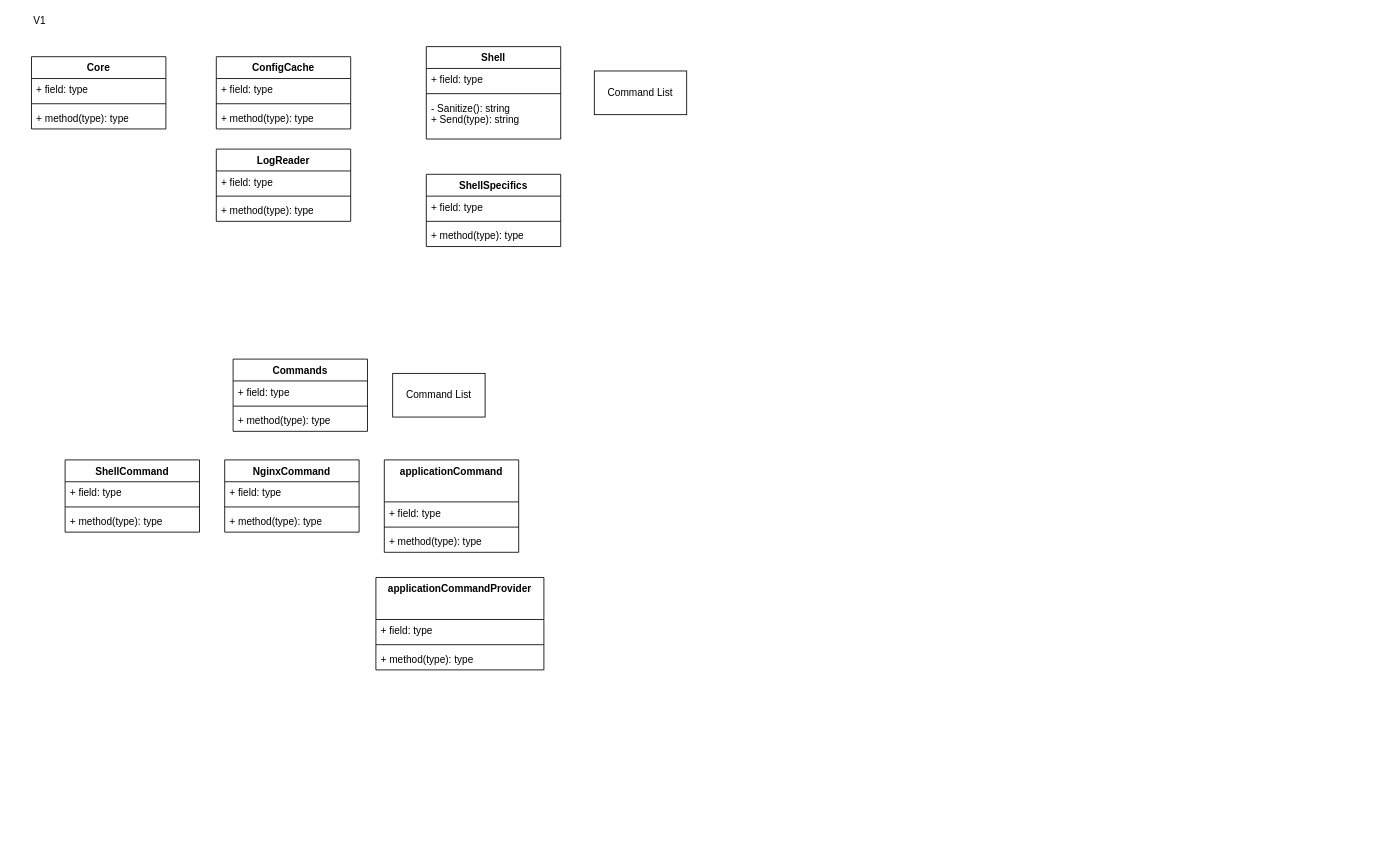
Before: Model/Diagrams/Class.drawio in Evaristo-Filho/E2S.NginxPanel, a draw.io diagram. Source tidied: cells renumbered, new cells numbered last; positions are measured from the earlier drawing's top-left corner, leaving out a move shared by most shapes. Both pictures are drawn from the tidied source at 84%, with x=0, y=0 at pixel (14, 14).
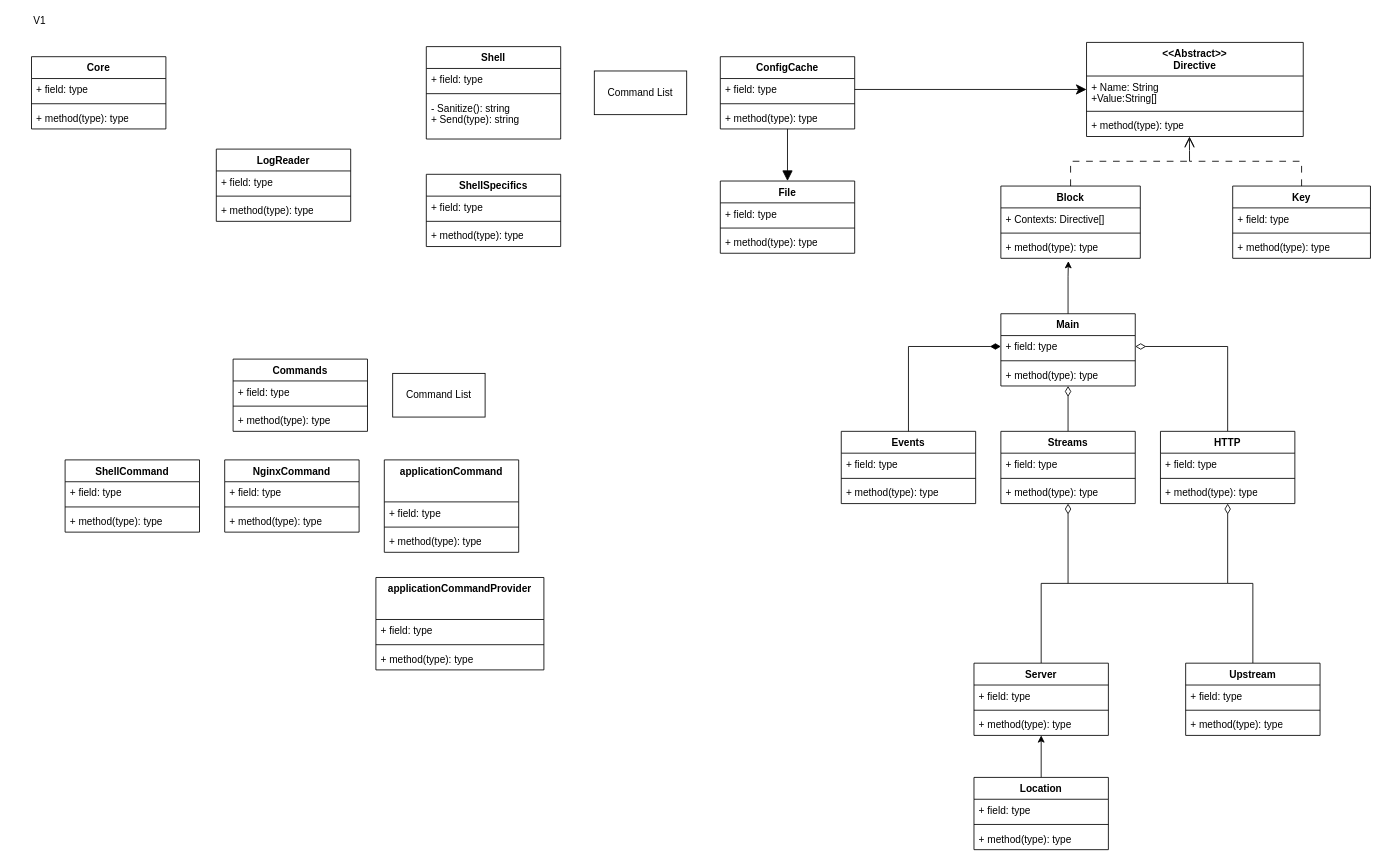
Above is the later version.

Unchanged cells that the change refers to:
```xml
<mxCell id="7" value="+ field: type" style="text;strokeColor=none;fillColor=none;align=left;verticalAlign=top;spacingLeft=4;spacingRight=4;overflow=hidden;points=[[0,0.5],[1,0.5]];portConstraint=eastwest;whiteSpace=wrap;html=1;" parent="6" vertex="1">
  <mxGeometry y="26" width="160" height="26" as="geometry" />
</mxCell>
```

Diff of the diagram source:
```diff
@@
+    <mxCell id="45" style="edgeStyle=orthogonalEdgeStyle;rounded=0;jettySize=auto;html=1;entryX=0.5;entryY=0;entryDx=0;entryDy=0;endArrow=block;endFill=1;endSize=10;" parent="1" edge="1" source="6" target="97">
+      <mxGeometry relative="1" as="geometry" />
+    </mxCell>
     <mxCell id="6" value="ConfigCache" style="swimlane;fontStyle=1;align=center;verticalAlign=top;horizontal=1;startSize=26;whiteSpace=wrap;html=1;" parent="1" vertex="1">
-      <mxGeometry x="240" y="50" width="160" height="86" as="geometry" />
+      <mxGeometry x="840" y="50" width="160" height="86" as="geometry" />
     </mxCell>
@@
+    <mxCell id="46" style="edgeStyle=orthogonalEdgeStyle;rounded=0;jettySize=auto;html=1;entryX=0.5;entryY=0;entryDx=0;entryDy=0;startArrow=diamondThin;startFill=0;startSize=10;endArrow=none;endFill=0;" parent="1" edge="1" source="47" target="55">
+      <mxGeometry relative="1" as="geometry" />
+    </mxCell>
+    <mxCell id="47" value="Main&lt;div&gt;&lt;br&gt;&lt;/div&gt;" style="swimlane;fontStyle=1;align=center;verticalAlign=top;horizontal=1;startSize=26;whiteSpace=wrap;html=1;" parent="1" vertex="1">
+      <mxGeometry x="1174" y="356" width="160" height="86" as="geometry" />
+    </mxCell>
+    <mxCell id="48" value="+ field: type" style="text;strokeColor=none;fillColor=none;align=left;verticalAlign=top;spacingLeft=4;spacingRight=4;overflow=hidden;points=[[0,0.5],[1,0.5]];portConstraint=eastwest;whiteSpace=wrap;html=1;" parent="47" vertex="1">
+      <mxGeometry y="26" width="160" height="26" as="geometry" />
+    </mxCell>
+    <mxCell id="49" style="line;strokeWidth=1;fillColor=none;align=left;verticalAlign=middle;spacingTop=-1;spacingLeft=3;spacingRight=3;labelPosition=right;strokeColor=inherit;" parent="47" vertex="1">
+      <mxGeometry y="52" width="160" height="8" as="geometry" />
+    </mxCell>
+    <mxCell id="50" value="+ method(type): type" style="text;strokeColor=none;fillColor=none;align=left;verticalAlign=top;spacingLeft=4;spacingRight=4;overflow=hidden;whiteSpace=wrap;html=1;" parent="47" vertex="1">
+      <mxGeometry y="60" width="160" height="26" as="geometry" />
+    </mxCell>
+    <mxCell id="51" value="&lt;div&gt;Events&lt;/div&gt;&lt;div&gt;&lt;br&gt;&lt;/div&gt;" style="swimlane;fontStyle=1;align=center;verticalAlign=top;horizontal=1;startSize=26;whiteSpace=wrap;html=1;" parent="1" vertex="1">
+      <mxGeometry x="984" y="496" width="160" height="86" as="geometry" />
+    </mxCell>
+    <mxCell id="52" value="+ field: type" style="text;strokeColor=none;fillColor=none;align=left;verticalAlign=top;spacingLeft=4;spacingRight=4;overflow=hidden;whiteSpace=wrap;html=1;" parent="51" vertex="1">
+      <mxGeometry y="26" width="160" height="26" as="geometry" />
+    </mxCell>
+    <mxCell id="53" style="line;strokeWidth=1;fillColor=none;align=left;verticalAlign=middle;spacingTop=-1;spacingLeft=3;spacingRight=3;labelPosition=right;strokeColor=inherit;" parent="51" vertex="1">
+      <mxGeometry y="52" width="160" height="8" as="geometry" />
+    </mxCell>
+    <mxCell id="54" value="+ method(type): type" style="text;strokeColor=none;fillColor=none;align=left;verticalAlign=top;spacingLeft=4;spacingRight=4;overflow=hidden;whiteSpace=wrap;html=1;" parent="51" vertex="1">
+      <mxGeometry y="60" width="160" height="26" as="geometry" />
+    </mxCell>
+    <mxCell id="55" value="&lt;div&gt;Streams&lt;/div&gt;" style="swimlane;fontStyle=1;align=center;verticalAlign=top;horizontal=1;startSize=26;whiteSpace=wrap;html=1;" parent="1" vertex="1">
+      <mxGeometry x="1174" y="496" width="160" height="86" as="geometry" />
+    </mxCell>
+    <mxCell id="56" value="+ field: type" style="text;strokeColor=none;fillColor=none;align=left;verticalAlign=top;spacingLeft=4;spacingRight=4;overflow=hidden;whiteSpace=wrap;html=1;" parent="55" vertex="1">
+      <mxGeometry y="26" width="160" height="26" as="geometry" />
+    </mxCell>
+    <mxCell id="57" style="line;strokeWidth=1;fillColor=none;align=left;verticalAlign=middle;spacingTop=-1;spacingLeft=3;spacingRight=3;labelPosition=right;strokeColor=inherit;" parent="55" vertex="1">
+      <mxGeometry y="52" width="160" height="8" as="geometry" />
+    </mxCell>
+    <mxCell id="58" value="+ method(type): type" style="text;strokeColor=none;fillColor=none;align=left;verticalAlign=top;spacingLeft=4;spacingRight=4;overflow=hidden;whiteSpace=wrap;html=1;" parent="55" vertex="1">
+      <mxGeometry y="60" width="160" height="26" as="geometry" />
+    </mxCell>
+    <mxCell id="59" style="edgeStyle=orthogonalEdgeStyle;rounded=0;jettySize=auto;html=1;entryX=1;entryY=0.5;entryDx=0;entryDy=0;endArrow=diamondThin;endFill=0;endSize=10;" parent="1" edge="1" source="60" target="48">
+      <mxGeometry relative="1" as="geometry" />
+    </mxCell>
+    <mxCell id="60" value="&lt;div&gt;HTTP&lt;/div&gt;&lt;div&gt;&lt;br&gt;&lt;/div&gt;" style="swimlane;fontStyle=1;align=center;verticalAlign=top;horizontal=1;startSize=26;whiteSpace=wrap;html=1;" parent="1" vertex="1">
+      <mxGeometry x="1364" y="496" width="160" height="86" as="geometry" />
+    </mxCell>
+    <mxCell id="61" value="+ field: type" style="text;strokeColor=none;fillColor=none;align=left;verticalAlign=top;spacingLeft=4;spacingRight=4;overflow=hidden;whiteSpace=wrap;html=1;" parent="60" vertex="1">
+      <mxGeometry y="26" width="160" height="26" as="geometry" />
+    </mxCell>
+    <mxCell id="62" style="line;strokeWidth=1;fillColor=none;align=left;verticalAlign=middle;spacingTop=-1;spacingLeft=3;spacingRight=3;labelPosition=right;strokeColor=inherit;" parent="60" vertex="1">
+      <mxGeometry y="52" width="160" height="8" as="geometry" />
+    </mxCell>
+    <mxCell id="63" value="+ method(type): type" style="text;strokeColor=none;fillColor=none;align=left;verticalAlign=top;spacingLeft=4;spacingRight=4;overflow=hidden;whiteSpace=wrap;html=1;" parent="60" vertex="1">
+      <mxGeometry y="60" width="160" height="26" as="geometry" />
+    </mxCell>
+    <mxCell id="64" style="edgeStyle=orthogonalEdgeStyle;rounded=0;jettySize=auto;html=1;entryX=0.5;entryY=1;entryDx=0;entryDy=0;endArrow=diamondThin;endFill=0;endSize=10;" parent="1" edge="1" source="65" target="55">
+      <mxGeometry relative="1" as="geometry" />
+    </mxCell>
+    <mxCell id="65" value="&lt;div&gt;Server&lt;/div&gt;" style="swimlane;fontStyle=1;align=center;verticalAlign=top;horizontal=1;startSize=26;whiteSpace=wrap;html=1;" parent="1" vertex="1">
+      <mxGeometry x="1142" y="772" width="160" height="86" as="geometry" />
+    </mxCell>
+    <mxCell id="66" value="+ field: type" style="text;strokeColor=none;fillColor=none;align=left;verticalAlign=top;spacingLeft=4;spacingRight=4;overflow=hidden;whiteSpace=wrap;html=1;" parent="65" vertex="1">
+      <mxGeometry y="26" width="160" height="26" as="geometry" />
+    </mxCell>
+    <mxCell id="67" style="line;strokeWidth=1;fillColor=none;align=left;verticalAlign=middle;spacingTop=-1;spacingLeft=3;spacingRight=3;labelPosition=right;strokeColor=inherit;" parent="65" vertex="1">
+      <mxGeometry y="52" width="160" height="8" as="geometry" />
+    </mxCell>
+    <mxCell id="68" value="+ method(type): type" style="text;strokeColor=none;fillColor=none;align=left;verticalAlign=top;spacingLeft=4;spacingRight=4;overflow=hidden;whiteSpace=wrap;html=1;" parent="65" vertex="1">
+      <mxGeometry y="60" width="160" height="26" as="geometry" />
+    </mxCell>
+    <mxCell id="69" style="edgeStyle=orthogonalEdgeStyle;rounded=0;jettySize=auto;html=1;entryX=0.5;entryY=1;entryDx=0;entryDy=0;endArrow=diamondThin;endFill=0;endSize=10;" parent="1" edge="1" source="70" target="60">
+      <mxGeometry relative="1" as="geometry" />
+    </mxCell>
+    <mxCell id="70" value="&lt;div&gt;Upstream&lt;/div&gt;" style="swimlane;fontStyle=1;align=center;verticalAlign=top;horizontal=1;startSize=26;whiteSpace=wrap;html=1;" parent="1" vertex="1">
+      <mxGeometry x="1394" y="772" width="160" height="86" as="geometry" />
+    </mxCell>
+    <mxCell id="71" value="+ field: type" style="text;strokeColor=none;fillColor=none;align=left;verticalAlign=top;spacingLeft=4;spacingRight=4;overflow=hidden;whiteSpace=wrap;html=1;" parent="70" vertex="1">
+      <mxGeometry y="26" width="160" height="26" as="geometry" />
+    </mxCell>
+    <mxCell id="72" style="line;strokeWidth=1;fillColor=none;align=left;verticalAlign=middle;spacingTop=-1;spacingLeft=3;spacingRight=3;labelPosition=right;strokeColor=inherit;" parent="70" vertex="1">
+      <mxGeometry y="52" width="160" height="8" as="geometry" />
+    </mxCell>
+    <mxCell id="73" value="+ method(type): type" style="text;strokeColor=none;fillColor=none;align=left;verticalAlign=top;spacingLeft=4;spacingRight=4;overflow=hidden;whiteSpace=wrap;html=1;" parent="70" vertex="1">
+      <mxGeometry y="60" width="160" height="26" as="geometry" />
+    </mxCell>
+    <mxCell id="74" style="edgeStyle=orthogonalEdgeStyle;rounded=0;jettySize=auto;html=1;entryX=0.5;entryY=1;entryDx=0;entryDy=0;" parent="1" edge="1" source="75" target="65">
+      <mxGeometry relative="1" as="geometry" />
+    </mxCell>
+    <mxCell id="75" value="&lt;div&gt;Location&lt;/div&gt;" style="swimlane;fontStyle=1;align=center;verticalAlign=top;horizontal=1;startSize=26;whiteSpace=wrap;html=1;" parent="1" vertex="1">
+      <mxGeometry x="1142" y="908" width="160" height="86" as="geometry" />
+    </mxCell>
+    <mxCell id="76" value="+ field: type" style="text;strokeColor=none;fillColor=none;align=left;verticalAlign=top;spacingLeft=4;spacingRight=4;overflow=hidden;whiteSpace=wrap;html=1;" parent="75" vertex="1">
+      <mxGeometry y="26" width="160" height="26" as="geometry" />
+    </mxCell>
+    <mxCell id="77" style="line;strokeWidth=1;fillColor=none;align=left;verticalAlign=middle;spacingTop=-1;spacingLeft=3;spacingRight=3;labelPosition=right;strokeColor=inherit;" parent="75" vertex="1">
+      <mxGeometry y="52" width="160" height="8" as="geometry" />
+    </mxCell>
+    <mxCell id="78" value="+ method(type): type" style="text;strokeColor=none;fillColor=none;align=left;verticalAlign=top;spacingLeft=4;spacingRight=4;overflow=hidden;whiteSpace=wrap;html=1;" parent="75" vertex="1">
+      <mxGeometry y="60" width="160" height="26" as="geometry" />
+    </mxCell>
+    <mxCell id="79" style="edgeStyle=orthogonalEdgeStyle;rounded=0;jettySize=auto;html=1;entryX=0.5;entryY=0;entryDx=0;entryDy=0;startArrow=diamondThin;startFill=1;endArrow=none;endFill=0;strokeWidth=1;endSize=6;startSize=10;" parent="1" edge="1" source="48" target="51">
+      <mxGeometry relative="1" as="geometry" />
+    </mxCell>
+    <mxCell id="80" value="&lt;div&gt;&amp;lt;&amp;lt;Abstract&amp;gt;&amp;gt;&lt;/div&gt;&lt;div&gt;Directive&lt;/div&gt;" style="swimlane;fontStyle=1;align=center;verticalAlign=top;horizontal=1;startSize=40;whiteSpace=wrap;html=1;" parent="1" vertex="1">
+      <mxGeometry x="1276" y="33" width="258" height="112" as="geometry" />
+    </mxCell>
+    <mxCell id="81" value="+ Name: String&lt;div&gt;+Value:String[]&lt;/div&gt;" style="text;strokeColor=none;fillColor=none;align=left;verticalAlign=top;spacingLeft=4;spacingRight=4;overflow=hidden;whiteSpace=wrap;html=1;" parent="80" vertex="1">
+      <mxGeometry y="40" width="258" height="38" as="geometry" />
+    </mxCell>
+    <mxCell id="82" style="line;strokeWidth=1;fillColor=none;align=left;verticalAlign=middle;spacingTop=-1;spacingLeft=3;spacingRight=3;labelPosition=right;strokeColor=inherit;" parent="80" vertex="1">
+      <mxGeometry y="78" width="258" height="8" as="geometry" />
+    </mxCell>
+    <mxCell id="83" value="+ method(type): type" style="text;strokeColor=none;fillColor=none;align=left;verticalAlign=top;spacingLeft=4;spacingRight=4;overflow=hidden;points=[[0,0.5],[1,0.5]];portConstraint=eastwest;whiteSpace=wrap;html=1;" parent="80" vertex="1">
+      <mxGeometry y="86" width="258" height="26" as="geometry" />
+    </mxCell>
+    <mxCell id="84" value="&lt;div&gt;Block&lt;/div&gt;" style="swimlane;fontStyle=1;align=center;verticalAlign=top;horizontal=1;startSize=26;whiteSpace=wrap;html=1;" parent="1" vertex="1">
+      <mxGeometry x="1174" y="204" width="166" height="86" as="geometry" />
+    </mxCell>
+    <mxCell id="85" value="+ Contexts: Directive[]" style="text;strokeColor=none;fillColor=none;align=left;verticalAlign=top;spacingLeft=4;spacingRight=4;overflow=hidden;whiteSpace=wrap;html=1;" parent="84" vertex="1">
+      <mxGeometry y="26" width="166" height="26" as="geometry" />
+    </mxCell>
+    <mxCell id="86" style="line;strokeWidth=1;fillColor=none;align=left;verticalAlign=middle;spacingTop=-1;spacingLeft=3;spacingRight=3;labelPosition=right;strokeColor=inherit;" parent="84" vertex="1">
+      <mxGeometry y="52" width="166" height="8" as="geometry" />
+    </mxCell>
+    <mxCell id="87" value="+ method(type): type" style="text;strokeColor=none;fillColor=none;align=left;verticalAlign=top;spacingLeft=4;spacingRight=4;overflow=hidden;points=[[0,0.5],[1,0.5]];portConstraint=eastwest;whiteSpace=wrap;html=1;" parent="84" vertex="1">
+      <mxGeometry y="60" width="166" height="26" as="geometry" />
+    </mxCell>
+    <mxCell id="88" value="&lt;div&gt;Key&lt;/div&gt;" style="swimlane;fontStyle=1;align=center;verticalAlign=top;horizontal=1;startSize=26;whiteSpace=wrap;html=1;" parent="1" vertex="1">
+      <mxGeometry x="1450" y="204" width="164" height="86" as="geometry" />
+    </mxCell>
+    <mxCell id="89" value="+ field: type" style="text;strokeColor=none;fillColor=none;align=left;verticalAlign=top;spacingLeft=4;spacingRight=4;overflow=hidden;whiteSpace=wrap;html=1;" parent="88" vertex="1">
+      <mxGeometry y="26" width="164" height="26" as="geometry" />
+    </mxCell>
+    <mxCell id="90" style="line;strokeWidth=1;fillColor=none;align=left;verticalAlign=middle;spacingTop=-1;spacingLeft=3;spacingRight=3;labelPosition=right;strokeColor=inherit;" parent="88" vertex="1">
+      <mxGeometry y="52" width="164" height="8" as="geometry" />
+    </mxCell>
+    <mxCell id="91" value="+ method(type): type" style="text;strokeColor=none;fillColor=none;align=left;verticalAlign=top;spacingLeft=4;spacingRight=4;overflow=hidden;whiteSpace=wrap;html=1;" parent="88" vertex="1">
+      <mxGeometry y="60" width="164" height="26" as="geometry" />
+    </mxCell>
+    <mxCell id="92" style="edgeStyle=orthogonalEdgeStyle;rounded=0;jettySize=auto;html=1;exitX=0.5;exitY=0;exitDx=0;exitDy=0;entryX=0.475;entryY=1.038;entryDx=0;entryDy=0;entryPerimeter=0;endArrow=open;endFill=0;dashed=1;dashPattern=8 8;endSize=10;" parent="1" edge="1" source="84" target="83">
+      <mxGeometry relative="1" as="geometry" />
+    </mxCell>
+    <mxCell id="93" style="edgeStyle=orthogonalEdgeStyle;rounded=0;jettySize=auto;html=1;entryX=0.475;entryY=1;entryDx=0;entryDy=0;entryPerimeter=0;endArrow=open;endFill=0;dashed=1;dashPattern=8 8;endSize=10;" parent="1" edge="1" source="88" target="83">
+      <mxGeometry relative="1" as="geometry" />
+    </mxCell>
+    <mxCell id="94" style="edgeStyle=orthogonalEdgeStyle;rounded=0;jettySize=auto;html=1;entryX=0.484;entryY=1.129;entryDx=0;entryDy=0;entryPerimeter=0;" parent="1" edge="1" source="47" target="87">
+      <mxGeometry relative="1" as="geometry">
+        <Array as="points">
+          <mxPoint x="1254" y="312" />
+          <mxPoint x="1254" y="312" />
+        </Array>
+      </mxGeometry>
+    </mxCell>
+    <mxCell id="95" style="endArrow=none;html=1;rounded=0;" parent="1" edge="1">
+      <mxGeometry relative="1" as="geometry">
+        <mxPoint x="1254" y="677" as="sourcePoint" />
+        <mxPoint x="1444" y="677" as="targetPoint" />
+      </mxGeometry>
+    </mxCell>
+    <mxCell id="96" style="edgeStyle=orthogonalEdgeStyle;rounded=0;jettySize=auto;html=1;entryX=0;entryY=0.5;entryDx=0;entryDy=0;endSize=10;" parent="1" edge="1" source="7" target="80">
+      <mxGeometry relative="1" as="geometry" />
+    </mxCell>
+    <mxCell id="97" value="File&lt;div&gt;&lt;br&gt;&lt;/div&gt;" style="swimlane;fontStyle=1;align=center;verticalAlign=top;horizontal=1;startSize=26;whiteSpace=wrap;html=1;" parent="1" vertex="1">
+      <mxGeometry x="840" y="198" width="160" height="86" as="geometry" />
+    </mxCell>
+    <mxCell id="98" value="+ field: type" style="text;strokeColor=none;fillColor=none;align=left;verticalAlign=top;spacingLeft=4;spacingRight=4;overflow=hidden;whiteSpace=wrap;html=1;" parent="97" vertex="1">
+      <mxGeometry y="26" width="160" height="26" as="geometry" />
+    </mxCell>
+    <mxCell id="99" style="line;strokeWidth=1;fillColor=none;align=left;verticalAlign=middle;spacingTop=-1;spacingLeft=3;spacingRight=3;labelPosition=right;strokeColor=inherit;" parent="97" vertex="1">
+      <mxGeometry y="52" width="160" height="8" as="geometry" />
+    </mxCell>
+    <mxCell id="100" value="+ method(type): type" style="text;strokeColor=none;fillColor=none;align=left;verticalAlign=top;spacingLeft=4;spacingRight=4;overflow=hidden;whiteSpace=wrap;html=1;" parent="97" vertex="1">
+      <mxGeometry y="60" width="160" height="26" as="geometry" />
+    </mxCell>
```
